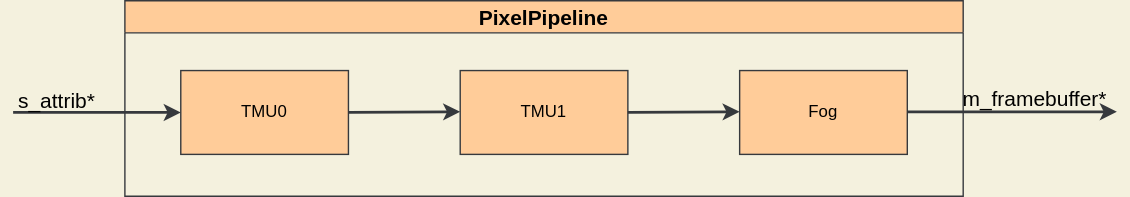
The draw.io diagram pictures/PixelPipeline.drawio.svg in ToNi3141/Rasterix, before a commit. Source tidied: cells renumbered, new cells last; positions are measured from the earlier drawing's top-left corner, leaving out a move shared by most shapes.
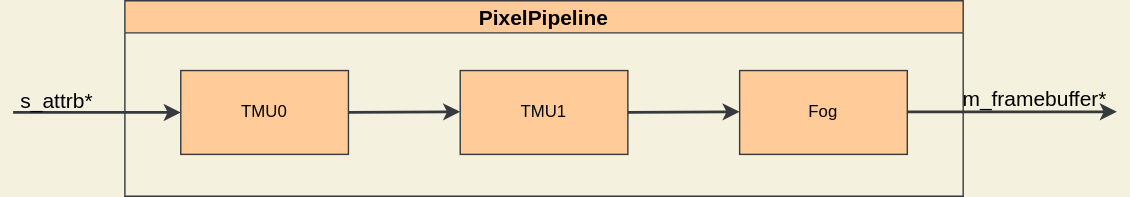
The same diagram one commit later.

Change to the diagram source:
```diff
@@ -43,7 +43,7 @@
         <mxPoint x="120" y="80" as="targetPoint" />
       </mxGeometry>
     </mxCell>
-    <mxCell id="11" value="s_attrib*" style="edgeLabel;html=1;align=center;verticalAlign=middle;fontColor=#000000;labelBackgroundColor=none;fontSize=15;" parent="10" vertex="1">
+    <mxCell id="11" value="s_attrb*" style="edgeLabel;html=1;align=center;verticalAlign=middle;fontColor=#000000;labelBackgroundColor=none;fontSize=15;" parent="10" vertex="1">
       <mxGeometry x="-0.44" relative="1" as="geometry">
         <mxPoint x="-3" y="-10" as="offset" />
       </mxGeometry>
```
